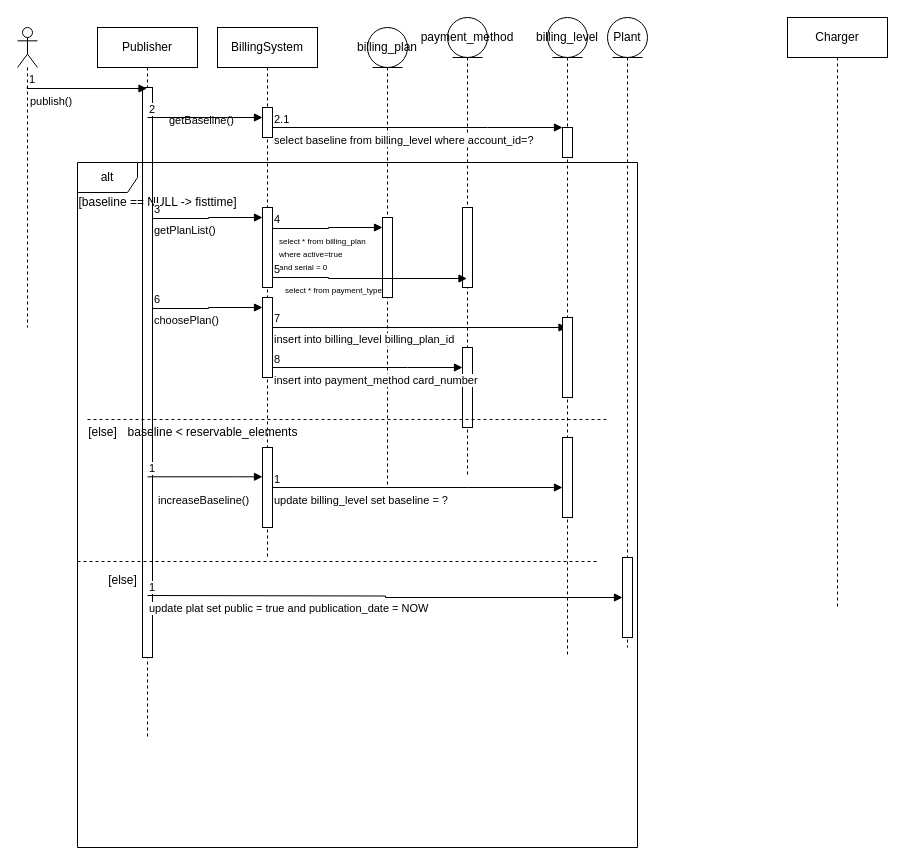
The draw.io diagram page "publish SeqDia" (2 of 2) of Untitled Diagram.drawio in rafa-leo/rafa-leo, before the edit. Source tidied: cells renumbered, new cells numbered last; positions are measured from the earlier drawing's top-left corner, leaving out a move shared by most shapes. Both pictures are drawn from the tidied source at 100%, with x=0, y=0 at pixel (17, 17).
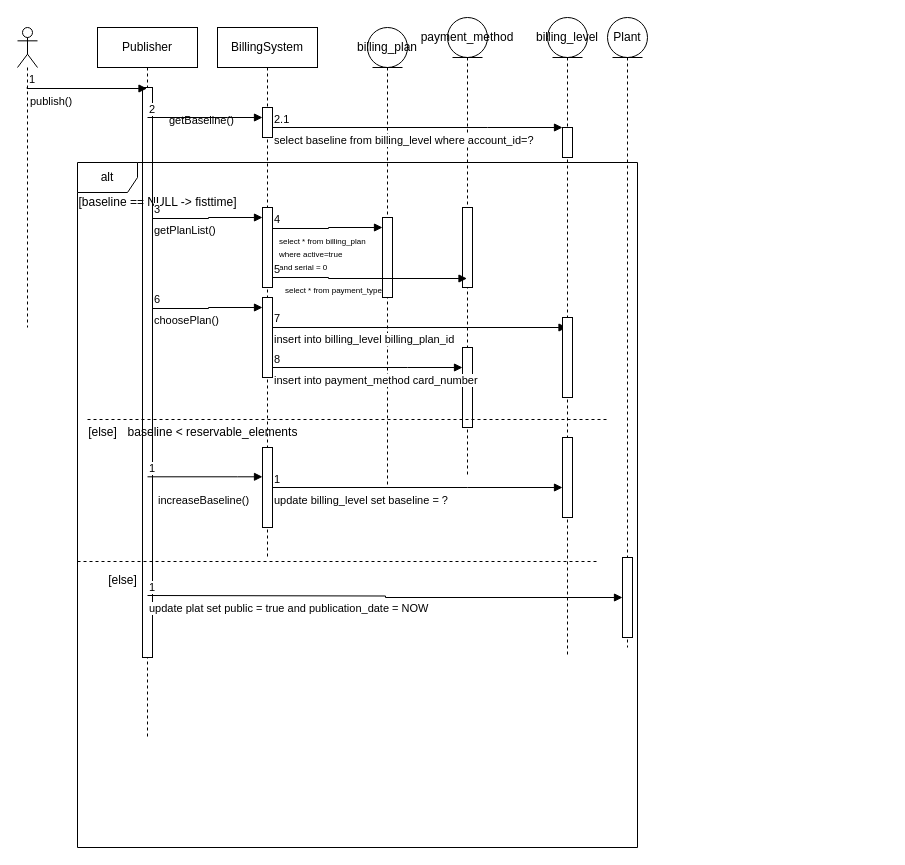
After the change.

Commit message:
publish seq diaagram

The edit, as a diff of the source:
```diff
@@
-    <mxCell id="7" value="Charger" style="shape=umlLifeline;perimeter=lifelinePerimeter;whiteSpace=wrap;html=1;newEdgeStyle={&quot;curved&quot;:0,&quot;rounded&quot;:0};" parent="1" vertex="1">
-      <mxGeometry x="770" width="100" height="590" as="geometry" />
-    </mxCell>
```
